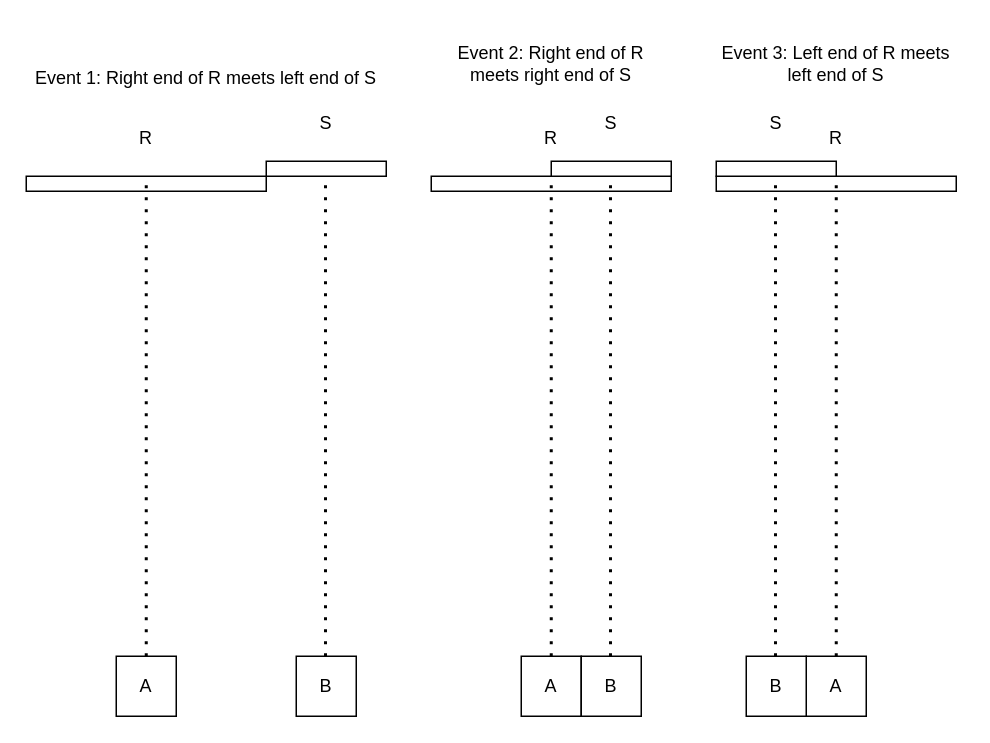
This is scratchpad/fig/scenario3-events.drawio from jafingerhut/epistimi, a draw.io file, before an edit. Source tidied: cells renumbered, new cells numbered last; positions are measured from the earlier drawing's top-left corner, leaving out a move shared by most shapes. Both pictures are drawn from the tidied source at 150%, with x=0, y=0 at pixel (26, 26).
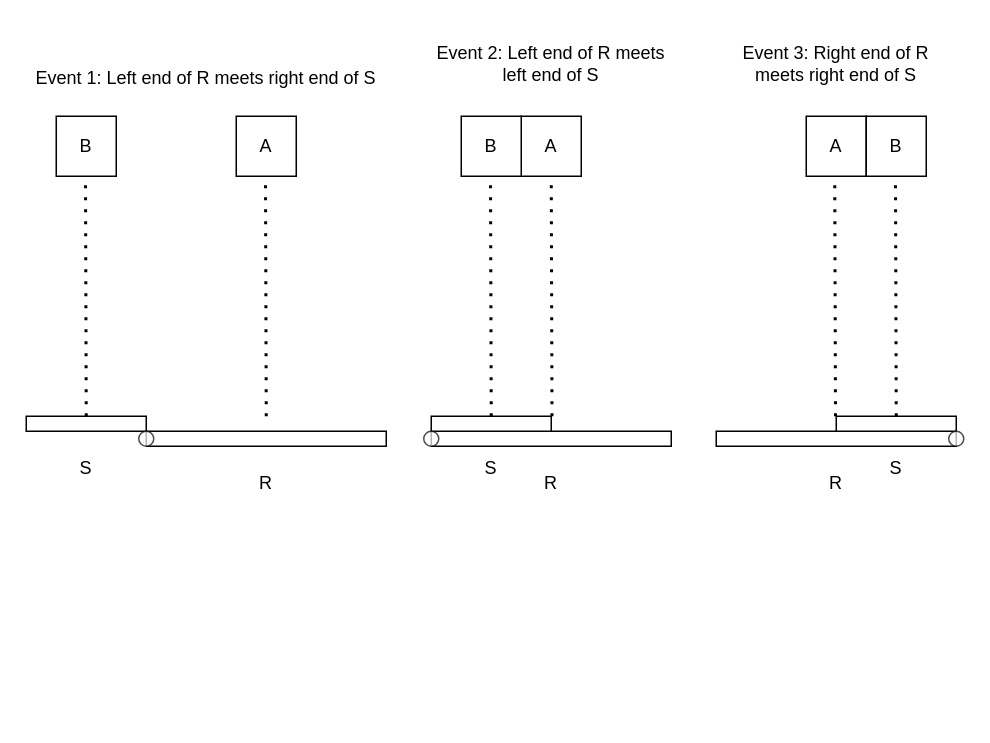
The same diagram, later.

What changed in the source:
```diff
@@
     <mxCell id="2" style="rounded=0;whiteSpace=wrap;html=1;" parent="1" vertex="1">
-      <mxGeometry y="100" width="160" height="10" as="geometry" />
+      <mxGeometry x="80" y="270" width="160" height="10" as="geometry" />
     </mxCell>
     <mxCell id="3" value="R" style="rounded=0;whiteSpace=wrap;html=1;strokeColor=none;" parent="1" vertex="1">
-      <mxGeometry y="60" width="160" height="30" as="geometry" />
+      <mxGeometry x="80" y="290" width="160" height="30" as="geometry" />
     </mxCell>
     <mxCell id="4" style="rounded=0;whiteSpace=wrap;html=1;" parent="1" vertex="1">
-      <mxGeometry x="160" y="90" width="80" height="10" as="geometry" />
+      <mxGeometry y="260" width="80" height="10" as="geometry" />
     </mxCell>
     <mxCell id="5" value="S" style="rounded=0;whiteSpace=wrap;html=1;strokeColor=none;" parent="1" vertex="1">
-      <mxGeometry x="160" y="50" width="80" height="30" as="geometry" />
+      <mxGeometry y="280" width="80" height="30" as="geometry" />
     </mxCell>
-    <mxCell id="6" style="endArrow=none;dashed=1;html=1;dashPattern=1 3;strokeWidth=2;rounded=0;entryX=0.5;entryY=0;entryDx=0;entryDy=0;" parent="1" edge="1" target="2">
-      <mxGeometry relative="1" as="geometry">
-        <mxPoint x="80" y="420" as="sourcePoint" />
-      </mxGeometry>
-    </mxCell>
     <mxCell id="7" style="endArrow=none;dashed=1;html=1;dashPattern=1 3;strokeWidth=2;rounded=0;entryX=0.5;entryY=0;entryDx=0;entryDy=0;" parent="1" edge="1">
       <mxGeometry relative="1" as="geometry">
-        <mxPoint x="199.5" y="420" as="sourcePoint" />
-        <mxPoint x="199.5" y="100" as="targetPoint" />
+        <mxPoint x="40" y="260" as="sourcePoint" />
+        <mxPoint x="39.5" y="100" as="targetPoint" />
       </mxGeometry>
     </mxCell>
     <mxCell id="8" value="A" style="rounded=0;whiteSpace=wrap;html=1;" parent="1" vertex="1">
-      <mxGeometry x="60" y="420" width="40" height="40" as="geometry" />
+      <mxGeometry x="140" y="60" width="40" height="40" as="geometry" />
     </mxCell>
     <mxCell id="9" value="B" style="rounded=0;whiteSpace=wrap;html=1;" parent="1" vertex="1">
-      <mxGeometry x="180" y="420" width="40" height="40" as="geometry" />
+      <mxGeometry x="20" y="60" width="40" height="40" as="geometry" />
     </mxCell>
-    <mxCell id="10" value="Event 1: Right end of R meets left end of S" style="rounded=0;whiteSpace=wrap;html=1;strokeColor=none;" parent="1" vertex="1">
+    <mxCell id="10" value="Event 1: Left end of R meets right end of S" style="rounded=0;whiteSpace=wrap;html=1;strokeColor=none;" parent="1" vertex="1">
       <mxGeometry y="20" width="240" height="30" as="geometry" />
     </mxCell>
     <mxCell id="11" style="rounded=0;whiteSpace=wrap;html=1;" parent="1" vertex="1">
-      <mxGeometry x="270" y="100" width="160" height="10" as="geometry" />
+      <mxGeometry x="270" y="270" width="160" height="10" as="geometry" />
     </mxCell>
     <mxCell id="12" value="R" style="rounded=0;whiteSpace=wrap;html=1;strokeColor=none;" parent="1" vertex="1">
-      <mxGeometry x="270" y="60" width="160" height="30" as="geometry" />
+      <mxGeometry x="270" y="290" width="160" height="30" as="geometry" />
     </mxCell>
     <mxCell id="13" style="rounded=0;whiteSpace=wrap;html=1;" parent="1" vertex="1">
-      <mxGeometry x="350" y="90" width="80" height="10" as="geometry" />
+      <mxGeometry x="270" y="260" width="80" height="10" as="geometry" />
     </mxCell>
     <mxCell id="14" value="S" style="rounded=0;whiteSpace=wrap;html=1;strokeColor=none;fillColor=none;" parent="1" vertex="1">
-      <mxGeometry x="350" y="50" width="80" height="30" as="geometry" />
+      <mxGeometry x="270" y="280" width="80" height="30" as="geometry" />
     </mxCell>
-    <mxCell id="15" style="endArrow=none;dashed=1;html=1;dashPattern=1 3;strokeWidth=2;rounded=0;entryX=0.5;entryY=0;entryDx=0;entryDy=0;" parent="1" edge="1" target="11">
-      <mxGeometry relative="1" as="geometry">
-        <mxPoint x="350" y="420" as="sourcePoint" />
-      </mxGeometry>
-    </mxCell>
     <mxCell id="16" style="endArrow=none;dashed=1;html=1;dashPattern=1 3;strokeWidth=2;rounded=0;entryX=0.5;entryY=0;entryDx=0;entryDy=0;" parent="1" edge="1">
       <mxGeometry relative="1" as="geometry">
-        <mxPoint x="389.5" y="420" as="sourcePoint" />
-        <mxPoint x="389.5" y="100" as="targetPoint" />
+        <mxPoint x="310" y="260" as="sourcePoint" />
+        <mxPoint x="309.5" y="100" as="targetPoint" />
       </mxGeometry>
     </mxCell>
     <mxCell id="17" value="A" style="rounded=0;whiteSpace=wrap;html=1;" parent="1" vertex="1">
-      <mxGeometry x="330" y="420" width="40" height="40" as="geometry" />
+      <mxGeometry x="330" y="60" width="40" height="40" as="geometry" />
     </mxCell>
     <mxCell id="18" value="B" style="rounded=0;whiteSpace=wrap;html=1;" parent="1" vertex="1">
-      <mxGeometry x="370" y="420" width="40" height="40" as="geometry" />
+      <mxGeometry x="290" y="60" width="40" height="40" as="geometry" />
     </mxCell>
-    <mxCell id="19" value="Event 2: Right end of R meets right end of S" style="rounded=0;whiteSpace=wrap;html=1;strokeColor=none;" parent="1" vertex="1">
+    <mxCell id="19" value="Event 2: Left end of R meets left end of S" style="rounded=0;whiteSpace=wrap;html=1;strokeColor=none;" parent="1" vertex="1">
       <mxGeometry x="270" width="160" height="50" as="geometry" />
     </mxCell>
     <mxCell id="20" style="rounded=0;whiteSpace=wrap;html=1;" parent="1" vertex="1">
-      <mxGeometry x="460" y="100" width="160" height="10" as="geometry" />
+      <mxGeometry x="460" y="270" width="160" height="10" as="geometry" />
     </mxCell>
     <mxCell id="21" value="R" style="rounded=0;whiteSpace=wrap;html=1;strokeColor=none;" parent="1" vertex="1">
-      <mxGeometry x="460" y="60" width="160" height="30" as="geometry" />
+      <mxGeometry x="460" y="290" width="160" height="30" as="geometry" />
     </mxCell>
     <mxCell id="22" style="rounded=0;whiteSpace=wrap;html=1;" parent="1" vertex="1">
-      <mxGeometry x="460" y="90" width="80" height="10" as="geometry" />
+      <mxGeometry x="540" y="260" width="80" height="10" as="geometry" />
     </mxCell>
     <mxCell id="23" value="S" style="rounded=0;whiteSpace=wrap;html=1;strokeColor=none;fillColor=none;" parent="1" vertex="1">
-      <mxGeometry x="460" y="50" width="80" height="30" as="geometry" />
+      <mxGeometry x="540" y="280" width="80" height="30" as="geometry" />
     </mxCell>
-    <mxCell id="24" style="endArrow=none;dashed=1;html=1;dashPattern=1 3;strokeWidth=2;rounded=0;entryX=0.5;entryY=0;entryDx=0;entryDy=0;" parent="1" edge="1" target="20">
-      <mxGeometry relative="1" as="geometry">
-        <mxPoint x="540" y="420" as="sourcePoint" />
-      </mxGeometry>
-    </mxCell>
     <mxCell id="25" style="endArrow=none;dashed=1;html=1;dashPattern=1 3;strokeWidth=2;rounded=0;entryX=0.5;entryY=0;entryDx=0;entryDy=0;" parent="1" edge="1">
       <mxGeometry relative="1" as="geometry">
-        <mxPoint x="499.5" y="420" as="sourcePoint" />
-        <mxPoint x="499.5" y="100" as="targetPoint" />
+        <mxPoint x="580" y="260" as="sourcePoint" />
+        <mxPoint x="579.5" y="100" as="targetPoint" />
       </mxGeometry>
     </mxCell>
     <mxCell id="26" value="A" style="rounded=0;whiteSpace=wrap;html=1;" parent="1" vertex="1">
-      <mxGeometry x="520" y="420" width="40" height="40" as="geometry" />
+      <mxGeometry x="520" y="60" width="40" height="40" as="geometry" />
     </mxCell>
     <mxCell id="27" value="B" style="rounded=0;whiteSpace=wrap;html=1;" parent="1" vertex="1">
-      <mxGeometry x="480" y="420" width="40" height="40" as="geometry" />
+      <mxGeometry x="560" y="60" width="40" height="40" as="geometry" />
     </mxCell>
-    <mxCell id="28" value="Event 3: Left end of R meets left end of S" style="rounded=0;whiteSpace=wrap;html=1;strokeColor=none;" parent="1" vertex="1">
+    <mxCell id="28" value="Event 3: Right end of R meets right end of S" style="rounded=0;whiteSpace=wrap;html=1;strokeColor=none;" parent="1" vertex="1">
       <mxGeometry x="460" width="160" height="50" as="geometry" />
     </mxCell>
+    <mxCell id="29" style="endArrow=none;dashed=1;html=1;dashPattern=1 3;strokeWidth=2;rounded=0;entryX=0.5;entryY=0;entryDx=0;entryDy=0;" parent="1" edge="1">
+      <mxGeometry relative="1" as="geometry">
+        <mxPoint x="160" y="260" as="sourcePoint" />
+        <mxPoint x="159.5" y="100" as="targetPoint" />
+      </mxGeometry>
+    </mxCell>
+    <mxCell id="30" style="endArrow=none;dashed=1;html=1;dashPattern=1 3;strokeWidth=2;rounded=0;entryX=0.5;entryY=0;entryDx=0;entryDy=0;" parent="1" edge="1">
+      <mxGeometry relative="1" as="geometry">
+        <mxPoint x="350.5" y="260" as="sourcePoint" />
+        <mxPoint x="350" y="100" as="targetPoint" />
+      </mxGeometry>
+    </mxCell>
+    <mxCell id="31" style="endArrow=none;dashed=1;html=1;dashPattern=1 3;strokeWidth=2;rounded=0;entryX=0.5;entryY=0;entryDx=0;entryDy=0;" parent="1" edge="1">
+      <mxGeometry relative="1" as="geometry">
+        <mxPoint x="539.5" y="260" as="sourcePoint" />
+        <mxPoint x="539" y="100" as="targetPoint" />
+      </mxGeometry>
+    </mxCell>
+    <mxCell id="32" style="ellipse;whiteSpace=wrap;html=1;opacity=70;" parent="1" vertex="1">
+      <mxGeometry x="75" y="270" width="10" height="10" as="geometry" />
+    </mxCell>
+    <mxCell id="33" style="ellipse;whiteSpace=wrap;html=1;opacity=70;" parent="1" vertex="1">
+      <mxGeometry x="265" y="270" width="10" height="10" as="geometry" />
+    </mxCell>
+    <mxCell id="34" style="ellipse;whiteSpace=wrap;html=1;opacity=70;" parent="1" vertex="1">
+      <mxGeometry x="615" y="270" width="10" height="10" as="geometry" />
+    </mxCell>
```
